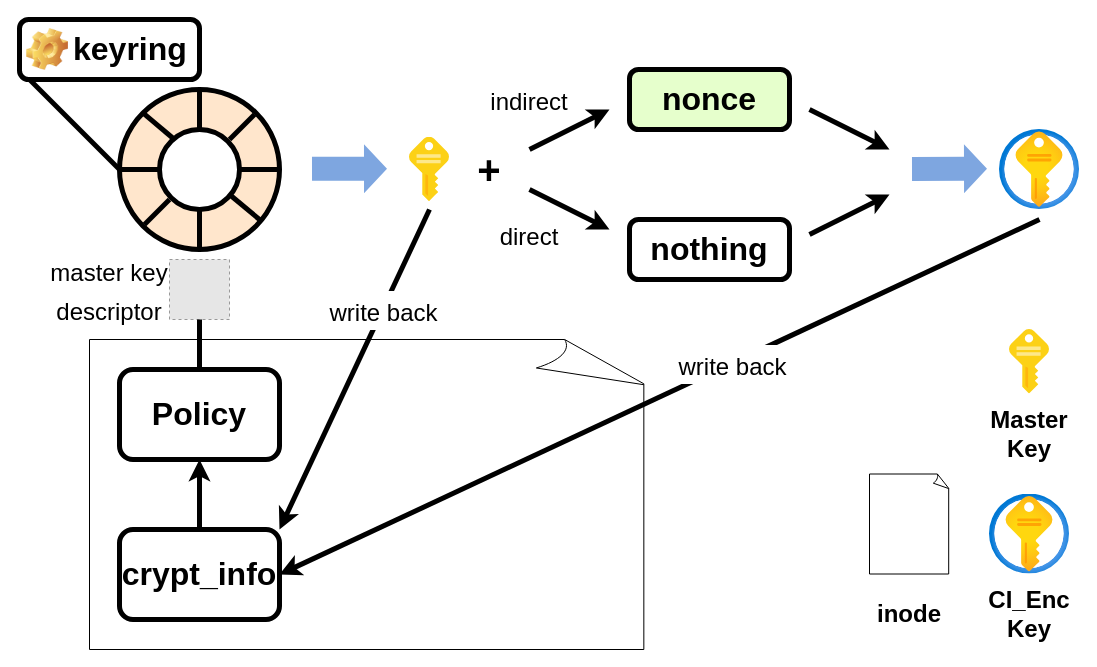
This is os-2022-spring/keyflow.drawio from xuyizhe1999/drawio, a draw.io file, before an edit. Source tidied: cells renumbered, new cells numbered last; positions are measured from the earlier drawing's top-left corner, leaving out a move shared by most shapes. Both pictures are drawn from the tidied source at 100%, with x=0, y=0 at pixel (19, 19). Pictures stored in the file or linked from it are replaced by grey dashed boxes.
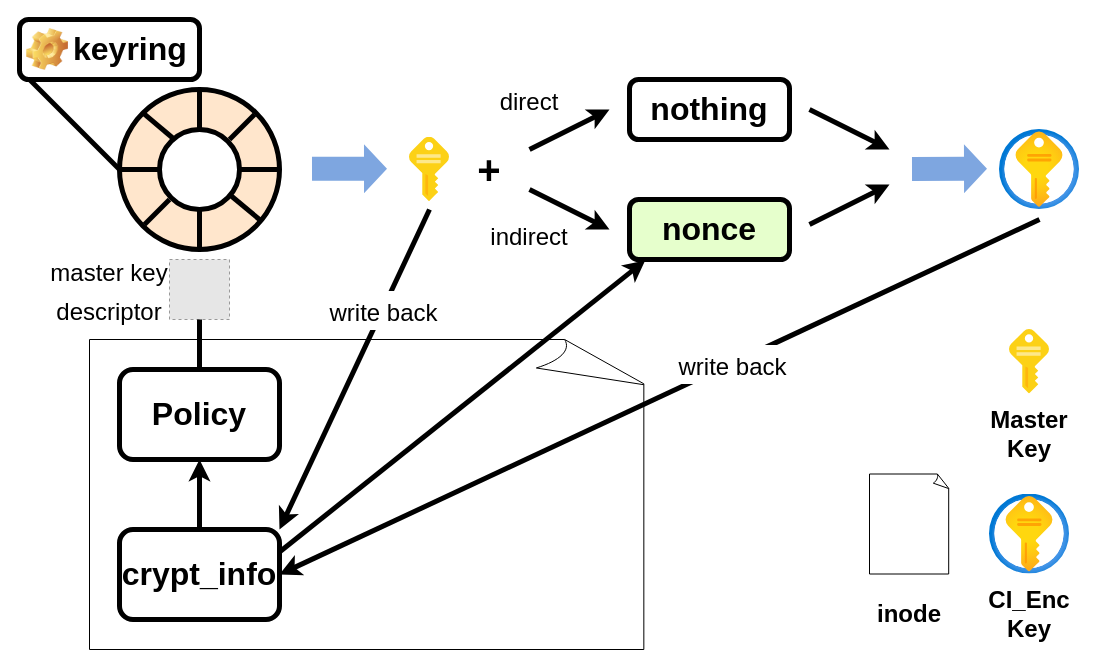
After the change.

The change refers to these unchanged cells:
```xml
<mxCell id="25" value="&lt;b&gt;crypt_info&lt;/b&gt;" style="rounded=1;whiteSpace=wrap;html=1;fontSize=32;fillColor=none;strokeWidth=5;" parent="1" vertex="1">
  <mxGeometry x="100" y="510" width="160" height="90" as="geometry" />
</mxCell>
```

Change to the diagram source:
```diff
@@
     <mxCell id="33" value="&lt;b&gt;nonce&lt;/b&gt;" style="rounded=1;whiteSpace=wrap;html=1;fontSize=32;strokeColor=#000000;strokeWidth=5;fillColor=#E6FFCC;" parent="1" vertex="1">
-      <mxGeometry x="610" y="50" width="160" height="60" as="geometry" />
+      <mxGeometry x="610" y="180" width="160" height="60" as="geometry" />
     </mxCell>
-    <mxCell id="34" value="&lt;font style=&quot;font-size: 24px&quot;&gt;indirect&lt;/font&gt;" style="text;html=1;strokeColor=none;fillColor=none;align=center;verticalAlign=middle;whiteSpace=wrap;rounded=0;fontSize=32;" parent="1" vertex="1">
+    <mxCell id="34" value="&lt;font style=&quot;font-size: 24px&quot;&gt;direct&lt;/font&gt;" style="text;html=1;strokeColor=none;fillColor=none;align=center;verticalAlign=middle;whiteSpace=wrap;rounded=0;fontSize=32;" parent="1" vertex="1">
       <mxGeometry x="480" y="65" width="60" height="30" as="geometry" />
     </mxCell>
-    <mxCell id="35" value="&lt;font style=&quot;font-size: 24px&quot;&gt;direct&lt;/font&gt;" style="text;html=1;strokeColor=none;fillColor=none;align=center;verticalAlign=middle;whiteSpace=wrap;rounded=0;fontSize=32;" parent="1" vertex="1">
+    <mxCell id="35" value="&lt;font style=&quot;font-size: 24px&quot;&gt;indirect&lt;/font&gt;" style="text;html=1;strokeColor=none;fillColor=none;align=center;verticalAlign=middle;whiteSpace=wrap;rounded=0;fontSize=32;" parent="1" vertex="1">
       <mxGeometry x="480" y="200" width="60" height="30" as="geometry" />
     </mxCell>
     <mxCell id="36" value="&lt;b&gt;nothing&lt;/b&gt;" style="rounded=1;whiteSpace=wrap;html=1;fontSize=32;strokeColor=#000000;strokeWidth=5;fillColor=none;" parent="1" vertex="1">
-      <mxGeometry x="610" y="200" width="160" height="60" as="geometry" />
+      <mxGeometry x="610" y="60" width="160" height="60" as="geometry" />
     </mxCell>
@@
     <mxCell id="38" style="endArrow=classic;html=1;rounded=0;fontSize=40;strokeWidth=5;fillColor=#7EA6E0;" parent="1" edge="1">
       <mxGeometry relative="1" as="geometry">
-        <mxPoint x="790" y="215" as="sourcePoint" />
-        <mxPoint x="870" y="175" as="targetPoint" />
+        <mxPoint x="790" y="205" as="sourcePoint" />
+        <mxPoint x="870" y="165" as="targetPoint" />
       </mxGeometry>
     </mxCell>
@@
+    <mxCell id="45" style="endArrow=classic;html=1;rounded=0;fontSize=24;strokeWidth=5;fillColor=#7EA6E0;exitX=1;exitY=0.25;exitDx=0;exitDy=0;entryX=0.098;entryY=1.016;entryDx=0;entryDy=0;entryPerimeter=0;" parent="1" edge="1" source="25" target="33">
+      <mxGeometry relative="1" as="geometry" />
+    </mxCell>
```
